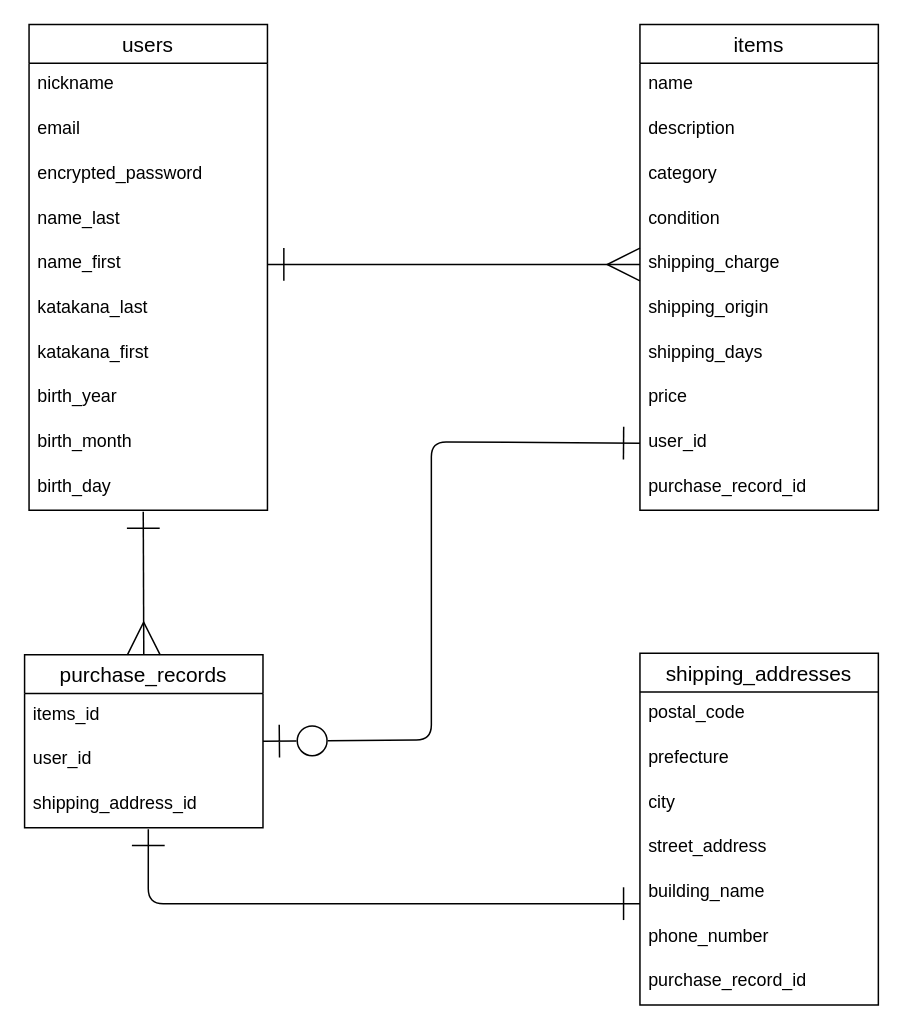
Above: ER.dio in hiroyasu-hashimoto/furima-40497 (draw.io), before the change. Source tidied: cells renumbered, new cells numbered last; positions are measured from the earlier drawing's top-left corner, leaving out a move shared by most shapes. Both pictures are drawn from the tidied source at 149%, with x=0, y=0 at pixel (24, 24).
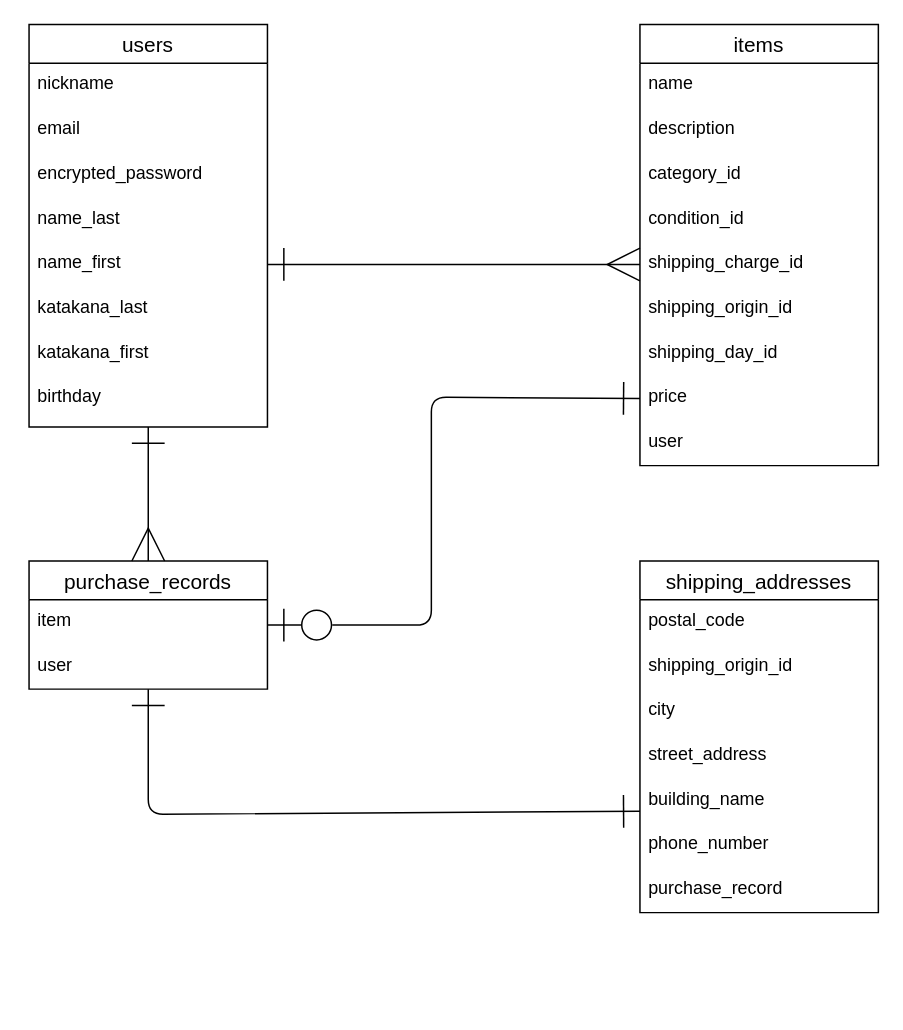
The same page after the edit.

Commit message (it also covers changes not shown here):
データベース設計 #3_1

Unchanged cells that the change refers to:
```xml
<mxCell id="21" value="price" style="text;strokeColor=none;fillColor=none;spacingLeft=4;spacingRight=4;overflow=hidden;points=[[0,0.5],[1,0.5]];portConstraint=eastwest;fontSize=12;" parent="13" vertex="1">
  <mxGeometry y="236" width="160" height="30" as="geometry" />
</mxCell>
<mxCell id="33" value="building_name" style="text;strokeColor=none;fillColor=none;spacingLeft=4;spacingRight=4;overflow=hidden;points=[[0,0.5],[1,0.5]];portConstraint=eastwest;fontSize=12;" parent="28" vertex="1">
  <mxGeometry y="146" width="160" height="30" as="geometry" />
</mxCell>
```

Diff of the diagram source:
```diff
@@
     <mxCell id="2" value="users" style="swimlane;fontStyle=0;horizontal=1;startSize=26;align=center;fontSize=14;" parent="1" vertex="1">
-      <mxGeometry x="3" width="160" height="326" as="geometry" />
+      <mxGeometry x="3" width="160" height="270" as="geometry" />
     </mxCell>
@@
-    <mxCell id="10" value="birth_year" style="text;strokeColor=none;fillColor=none;spacingLeft=4;spacingRight=4;overflow=hidden;fontSize=12;" parent="2" vertex="1">
-      <mxGeometry y="236" width="160" height="30" as="geometry" />
+    <mxCell id="10" value="birthday" style="text;strokeColor=none;fillColor=none;spacingLeft=4;spacingRight=4;overflow=hidden;fontSize=12;" parent="2" vertex="1">
+      <mxGeometry y="236" width="160" height="34" as="geometry" />
     </mxCell>
-    <mxCell id="11" value="birth_month" style="text;strokeColor=none;fillColor=none;spacingLeft=4;spacingRight=4;overflow=hidden;fontSize=12;" parent="2" vertex="1">
-      <mxGeometry y="266" width="160" height="30" as="geometry" />
-    </mxCell>
-    <mxCell id="12" value="birth_day" style="text;strokeColor=none;fillColor=none;spacingLeft=4;spacingRight=4;overflow=hidden;points=[[0,0.5],[1,0.5]];portConstraint=eastwest;fontSize=12;" parent="2" vertex="1">
-      <mxGeometry y="296" width="160" height="30" as="geometry" />
-    </mxCell>
     <mxCell id="13" value="items" style="swimlane;fontStyle=0;horizontal=1;startSize=26;align=center;fontSize=14;" parent="1" vertex="1">
-      <mxGeometry x="413" width="160" height="326" as="geometry" />
+      <mxGeometry x="413" width="160" height="296" as="geometry" />
     </mxCell>
@@
-    <mxCell id="16" value="category" style="text;strokeColor=none;fillColor=none;spacingLeft=4;spacingRight=4;overflow=hidden;fontSize=12;" parent="13" vertex="1">
+    <mxCell id="16" value="category_id" style="text;strokeColor=none;fillColor=none;spacingLeft=4;spacingRight=4;overflow=hidden;fontSize=12;" parent="13" vertex="1">
       <mxGeometry y="86" width="160" height="30" as="geometry" />
     </mxCell>
-    <mxCell id="17" value="condition" style="text;strokeColor=none;fillColor=none;spacingLeft=4;spacingRight=4;overflow=hidden;fontSize=12;" parent="13" vertex="1">
+    <mxCell id="17" value="condition_id" style="text;strokeColor=none;fillColor=none;spacingLeft=4;spacingRight=4;overflow=hidden;fontSize=12;" parent="13" vertex="1">
       <mxGeometry y="116" width="160" height="30" as="geometry" />
     </mxCell>
-    <mxCell id="18" value="shipping_charge" style="text;strokeColor=none;fillColor=none;spacingLeft=4;spacingRight=4;overflow=hidden;points=[[0,0.5],[1,0.5]];portConstraint=eastwest;fontSize=12;" parent="13" vertex="1">
+    <mxCell id="18" value="shipping_charge_id" style="text;strokeColor=none;fillColor=none;spacingLeft=4;spacingRight=4;overflow=hidden;points=[[0,0.5],[1,0.5]];portConstraint=eastwest;fontSize=12;" parent="13" vertex="1">
       <mxGeometry y="146" width="160" height="30" as="geometry" />
     </mxCell>
-    <mxCell id="19" value="shipping_origin" style="text;strokeColor=none;fillColor=none;spacingLeft=4;spacingRight=4;overflow=hidden;fontSize=12;" parent="13" vertex="1">
+    <mxCell id="19" value="shipping_origin_id" style="text;strokeColor=none;fillColor=none;spacingLeft=4;spacingRight=4;overflow=hidden;fontSize=12;" parent="13" vertex="1">
       <mxGeometry y="176" width="160" height="30" as="geometry" />
     </mxCell>
-    <mxCell id="20" value="shipping_days" style="text;strokeColor=none;fillColor=none;spacingLeft=4;spacingRight=4;overflow=hidden;fontSize=12;" parent="13" vertex="1">
+    <mxCell id="20" value="shipping_day_id" style="text;strokeColor=none;fillColor=none;spacingLeft=4;spacingRight=4;overflow=hidden;fontSize=12;" parent="13" vertex="1">
       <mxGeometry y="206" width="160" height="30" as="geometry" />
     </mxCell>
@@
-    <mxCell id="22" value="user_id" style="text;strokeColor=none;fillColor=none;spacingLeft=4;spacingRight=4;overflow=hidden;points=[[0,0.5],[1,0.5]];portConstraint=eastwest;fontSize=12;" parent="13" vertex="1">
+    <mxCell id="22" value="user" style="text;strokeColor=none;fillColor=none;spacingLeft=4;spacingRight=4;overflow=hidden;points=[[0,0.5],[1,0.5]];portConstraint=eastwest;fontSize=12;" parent="13" vertex="1">
       <mxGeometry y="266" width="160" height="30" as="geometry" />
     </mxCell>
-    <mxCell id="23" value="purchase_record_id" style="text;strokeColor=none;fillColor=none;spacingLeft=4;spacingRight=4;overflow=hidden;fontSize=12;" parent="13" vertex="1">
-      <mxGeometry y="296" width="160" height="30" as="geometry" />
-    </mxCell>
     <mxCell id="24" value="purchase_records" style="swimlane;fontStyle=0;horizontal=1;startSize=26;align=center;fontSize=14;" parent="1" vertex="1">
-      <mxGeometry y="423" width="160" height="116" as="geometry" />
+      <mxGeometry x="3" y="360" width="160" height="86" as="geometry" />
     </mxCell>
-    <mxCell id="25" value="items_id" style="text;strokeColor=none;fillColor=none;spacingLeft=4;spacingRight=4;overflow=hidden;fontSize=12;" parent="24" vertex="1">
+    <mxCell id="25" value="item" style="text;strokeColor=none;fillColor=none;spacingLeft=4;spacingRight=4;overflow=hidden;fontSize=12;" parent="24" vertex="1">
       <mxGeometry y="26" width="160" height="30" as="geometry" />
     </mxCell>
-    <mxCell id="26" value="user_id" style="text;strokeColor=none;fillColor=none;spacingLeft=4;spacingRight=4;overflow=hidden;fontSize=12;" parent="24" vertex="1">
+    <mxCell id="26" value="user" style="text;strokeColor=none;fillColor=none;spacingLeft=4;spacingRight=4;overflow=hidden;fontSize=12;" parent="24" vertex="1">
       <mxGeometry y="56" width="160" height="30" as="geometry" />
     </mxCell>
-    <mxCell id="27" value="shipping_address_id" style="text;strokeColor=none;fillColor=none;spacingLeft=4;spacingRight=4;overflow=hidden;points=[[0,0.5],[1,0.5]];portConstraint=eastwest;fontSize=12;" parent="24" vertex="1">
-      <mxGeometry y="86" width="160" height="30" as="geometry" />
-    </mxCell>
     <mxCell id="28" value="shipping_addresses" style="swimlane;fontStyle=0;horizontal=1;startSize=26;align=center;fontSize=14;" parent="1" vertex="1">
-      <mxGeometry x="413" y="422" width="160" height="236" as="geometry" />
+      <mxGeometry x="413" y="360" width="160" height="236" as="geometry" />
     </mxCell>
@@
-    <mxCell id="30" value="prefecture" style="text;strokeColor=none;fillColor=none;spacingLeft=4;spacingRight=4;overflow=hidden;fontSize=12;" parent="28" vertex="1">
+    <mxCell id="30" value="shipping_origin_id" style="text;strokeColor=none;fillColor=none;spacingLeft=4;spacingRight=4;overflow=hidden;fontSize=12;" parent="28" vertex="1">
       <mxGeometry y="56" width="160" height="30" as="geometry" />
     </mxCell>
@@
-    <mxCell id="35" value="purchase_record_id" style="text;strokeColor=none;fillColor=none;spacingLeft=4;spacingRight=4;overflow=hidden;fontSize=12;" parent="28" vertex="1">
+    <mxCell id="35" value="purchase_record" style="text;strokeColor=none;fillColor=none;spacingLeft=4;spacingRight=4;overflow=hidden;fontSize=12;" parent="28" vertex="1">
       <mxGeometry y="206" width="160" height="30" as="geometry" />
     </mxCell>
@@
-    <mxCell id="37" style="edgeStyle=none;html=1;entryX=0.5;entryY=0;entryDx=0;entryDy=0;startArrow=ERone;startFill=0;endArrow=ERmany;endFill=0;startSize=20;endSize=20;exitX=0.479;exitY=1.033;exitDx=0;exitDy=0;exitPerimeter=0;" parent="1" edge="1" source="12" target="24">
-      <mxGeometry relative="1" as="geometry" />
+    <mxCell id="37" style="edgeStyle=none;html=1;entryX=0.5;entryY=0;entryDx=0;entryDy=0;startArrow=ERone;startFill=0;endArrow=ERmany;endFill=0;startSize=20;endSize=20;" parent="1" edge="1" target="24">
+      <mxGeometry relative="1" as="geometry">
+        <mxPoint x="83" y="270" as="sourcePoint" />
+      </mxGeometry>
     </mxCell>
-    <mxCell id="38" style="edgeStyle=none;html=1;entryX=1;entryY=0.5;entryDx=0;entryDy=0;startArrow=ERone;startFill=0;endArrow=ERzeroToOne;endFill=0;startSize=20;endSize=20;exitX=0;exitY=0.5;exitDx=0;exitDy=0;" parent="1" edge="1" source="22" target="24">
+    <mxCell id="38" style="edgeStyle=none;html=1;entryX=1;entryY=0.5;entryDx=0;entryDy=0;startArrow=ERone;startFill=0;endArrow=ERzeroToOne;endFill=0;startSize=20;endSize=20;exitX=0;exitY=0.5;exitDx=0;exitDy=0;" parent="1" edge="1" source="21" target="24">
       <mxGeometry relative="1" as="geometry">
         <Array as="points">
-          <mxPoint x="273" y="280" />
-          <mxPoint x="273" y="480" />
+          <mxPoint x="273" y="250" />
+          <mxPoint x="273" y="403" />
         </Array>
       </mxGeometry>
     </mxCell>
-    <mxCell id="39" style="edgeStyle=none;html=1;entryX=0;entryY=0.733;entryDx=0;entryDy=0;startArrow=ERone;startFill=0;endArrow=ERone;endFill=0;startSize=20;endSize=20;entryPerimeter=0;exitX=0.519;exitY=1.033;exitDx=0;exitDy=0;exitPerimeter=0;" parent="1" edge="1" source="27" target="33">
+    <mxCell id="39" style="edgeStyle=none;html=1;entryX=0;entryY=0.733;entryDx=0;entryDy=0;startArrow=ERone;startFill=0;endArrow=ERone;endFill=0;startSize=20;endSize=20;entryPerimeter=0;exitX=0.5;exitY=1;exitDx=0;exitDy=0;" parent="1" edge="1" source="24" target="33">
       <mxGeometry relative="1" as="geometry">
         <Array as="points">
-          <mxPoint x="83" y="590" />
+          <mxPoint x="83" y="530" />
         </Array>
       </mxGeometry>
     </mxCell>
```
